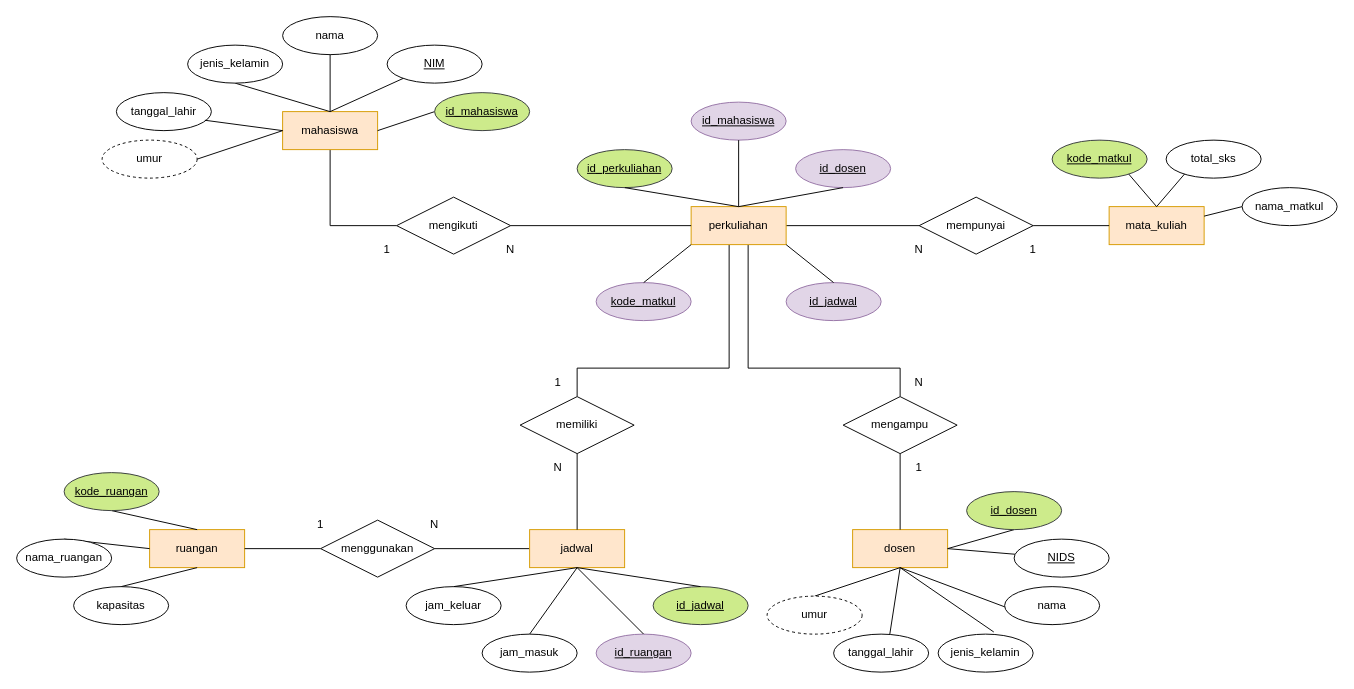
Earlier version of the draw.io diagram tugas 4 basdat.drawio (dhendisyafaa/drawio). Source tidied: cells renumbered, new cells numbered last; positions are measured from the earlier drawing's top-left corner, leaving out a move shared by most shapes. Both pictures are drawn from the tidied source at 95%, with x=0, y=0 at pixel (16, 16).
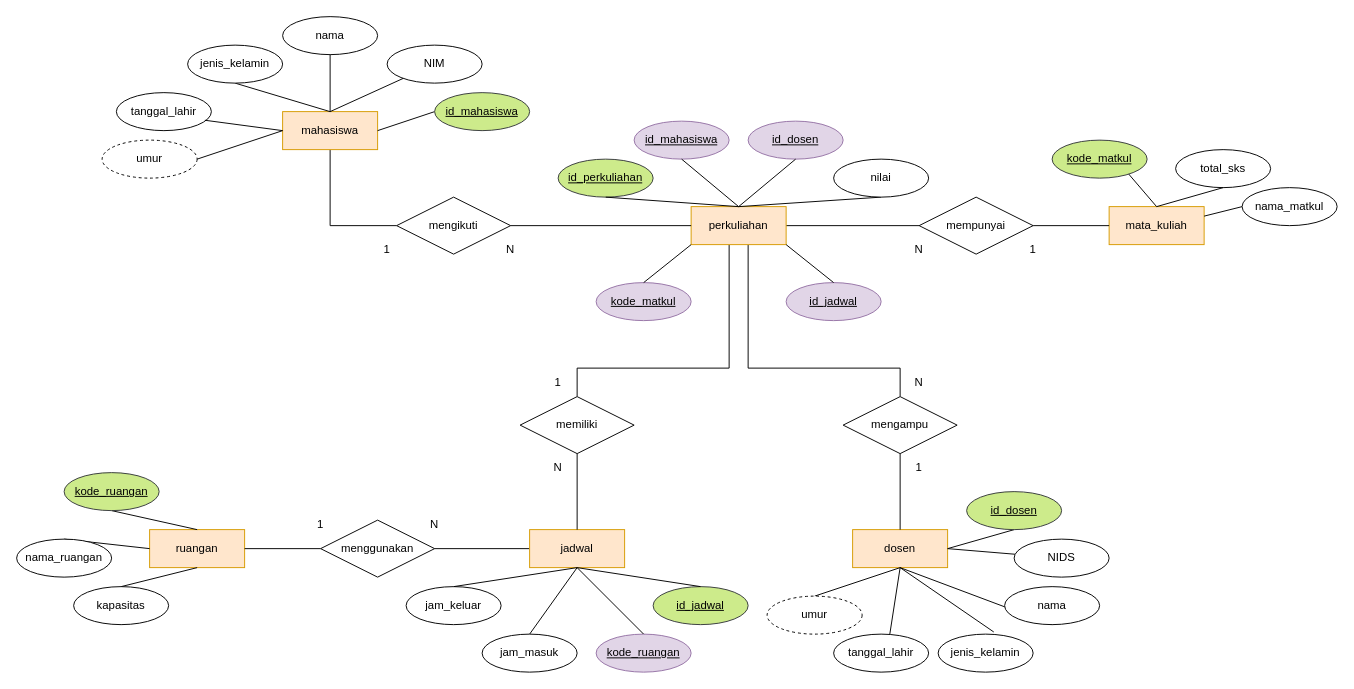
Above is the later version.

The change refers to these unchanged cells:
```xml
<mxCell id="7" value="perkuliahan" style="whiteSpace=wrap;html=1;align=center;fillColor=#ffe6cc;strokeColor=#d79b00;" parent="1" vertex="1">
  <mxGeometry x="710" y="200" width="100" height="40" as="geometry" />
</mxCell>
<mxCell id="12" value="mata_kuliah" style="whiteSpace=wrap;html=1;align=center;fillColor=#ffe6cc;strokeColor=#d79b00;" parent="1" vertex="1">
  <mxGeometry x="1150" y="200" width="100" height="40" as="geometry" />
</mxCell>
<mxCell id="38" value="nama_matkul" style="ellipse;whiteSpace=wrap;html=1;align=center;" parent="1" vertex="1">
  <mxGeometry x="1290" y="180" width="100" height="40" as="geometry" />
</mxCell>
```

What changed in the source:
```diff
@@
-    <mxCell id="30" value="NIM" style="ellipse;whiteSpace=wrap;html=1;align=center;fontStyle=4;" parent="1" vertex="1">
+    <mxCell id="30" value="NIM" style="ellipse;whiteSpace=wrap;html=1;align=center;fontStyle=0;" parent="1" vertex="1">
       <mxGeometry x="390" y="30" width="100" height="40" as="geometry" />
     </mxCell>
@@
-    <mxCell id="36" style="rounded=0;jettySize=auto;html=1;entryX=0.5;entryY=0;entryDx=0;entryDy=0;endArrow=none;startFill=0;exitX=0.5;exitY=0;exitDx=0;exitDy=0;" parent="1" edge="1" source="12" target="40">
+    <mxCell id="36" style="rounded=0;jettySize=auto;html=1;entryX=0.5;entryY=1;entryDx=0;entryDy=0;endArrow=none;startFill=0;exitX=0.5;exitY=0;exitDx=0;exitDy=0;" parent="1" edge="1" source="7" target="40">
       <mxGeometry relative="1" as="geometry" />
     </mxCell>
-    <mxCell id="37" style="rounded=0;jettySize=auto;html=1;entryX=0;entryY=0.5;entryDx=0;entryDy=0;endArrow=none;startFill=0;" parent="1" edge="1" target="38">
-      <mxGeometry relative="1" as="geometry">
-        <mxPoint x="1250" y="210" as="sourcePoint" />
-      </mxGeometry>
+    <mxCell id="37" style="rounded=0;jettySize=auto;html=1;entryX=0;entryY=0.5;entryDx=0;entryDy=0;endArrow=none;startFill=0;exitX=1;exitY=0.25;exitDx=0;exitDy=0;" parent="1" edge="1" source="12" target="38">
+      <mxGeometry relative="1" as="geometry" />
     </mxCell>
@@
-    <mxCell id="40" value="total_sks" style="ellipse;whiteSpace=wrap;html=1;align=center;" parent="1" vertex="1">
-      <mxGeometry x="1210" y="130" width="100" height="40" as="geometry" />
+    <mxCell id="40" value="nilai" style="ellipse;whiteSpace=wrap;html=1;align=center;" parent="1" vertex="1">
+      <mxGeometry x="860" y="150" width="100" height="40" as="geometry" />
     </mxCell>
@@
-    <mxCell id="58" value="NIDS" style="ellipse;whiteSpace=wrap;html=1;align=center;fontStyle=4;" parent="1" vertex="1">
+    <mxCell id="58" value="NIDS" style="ellipse;whiteSpace=wrap;html=1;align=center;fontStyle=0;" parent="1" vertex="1">
       <mxGeometry x="1050" y="550" width="100" height="40" as="geometry" />
     </mxCell>
@@
-    <mxCell id="62" value="id_ruangan" style="ellipse;whiteSpace=wrap;html=1;align=center;fontStyle=4;fillColor=#e1d5e7;strokeColor=#9673a6;" parent="1" vertex="1">
+    <mxCell id="62" value="kode_ruangan" style="ellipse;whiteSpace=wrap;html=1;align=center;fontStyle=4;fillColor=#e1d5e7;strokeColor=#9673a6;" parent="1" vertex="1">
       <mxGeometry x="610" y="650" width="100" height="40" as="geometry" />
     </mxCell>
@@
     <mxCell id="66" value="id_perkuliahan" style="ellipse;whiteSpace=wrap;html=1;align=center;fontStyle=4;fillColor=#cdeb8b;strokeColor=#36393d;" parent="1" vertex="1">
-      <mxGeometry x="590" y="140" width="100" height="40" as="geometry" />
+      <mxGeometry x="570" y="150" width="100" height="40" as="geometry" />
     </mxCell>
     <mxCell id="67" value="id_mahasiswa" style="ellipse;whiteSpace=wrap;html=1;align=center;fontStyle=4;fillColor=#e1d5e7;strokeColor=#9673a6;" parent="1" vertex="1">
-      <mxGeometry x="710" y="90" width="100" height="40" as="geometry" />
+      <mxGeometry x="650" y="110" width="100" height="40" as="geometry" />
     </mxCell>
     <mxCell id="68" value="id_dosen" style="ellipse;whiteSpace=wrap;html=1;align=center;fontStyle=4;fillColor=#e1d5e7;strokeColor=#9673a6;" parent="1" vertex="1">
-      <mxGeometry x="820" y="140" width="100" height="40" as="geometry" />
+      <mxGeometry x="770" y="110" width="100" height="40" as="geometry" />
     </mxCell>
@@
+    <mxCell id="87" value="total_sks" style="ellipse;whiteSpace=wrap;html=1;align=center;" parent="1" vertex="1">
+      <mxGeometry x="1220" y="140" width="100" height="40" as="geometry" />
+    </mxCell>
+    <mxCell id="88" style="rounded=0;jettySize=auto;html=1;entryX=0.5;entryY=1;entryDx=0;entryDy=0;endArrow=none;startFill=0;exitX=0.5;exitY=0;exitDx=0;exitDy=0;" parent="1" edge="1" source="12" target="87">
+      <mxGeometry relative="1" as="geometry" />
+    </mxCell>
```
